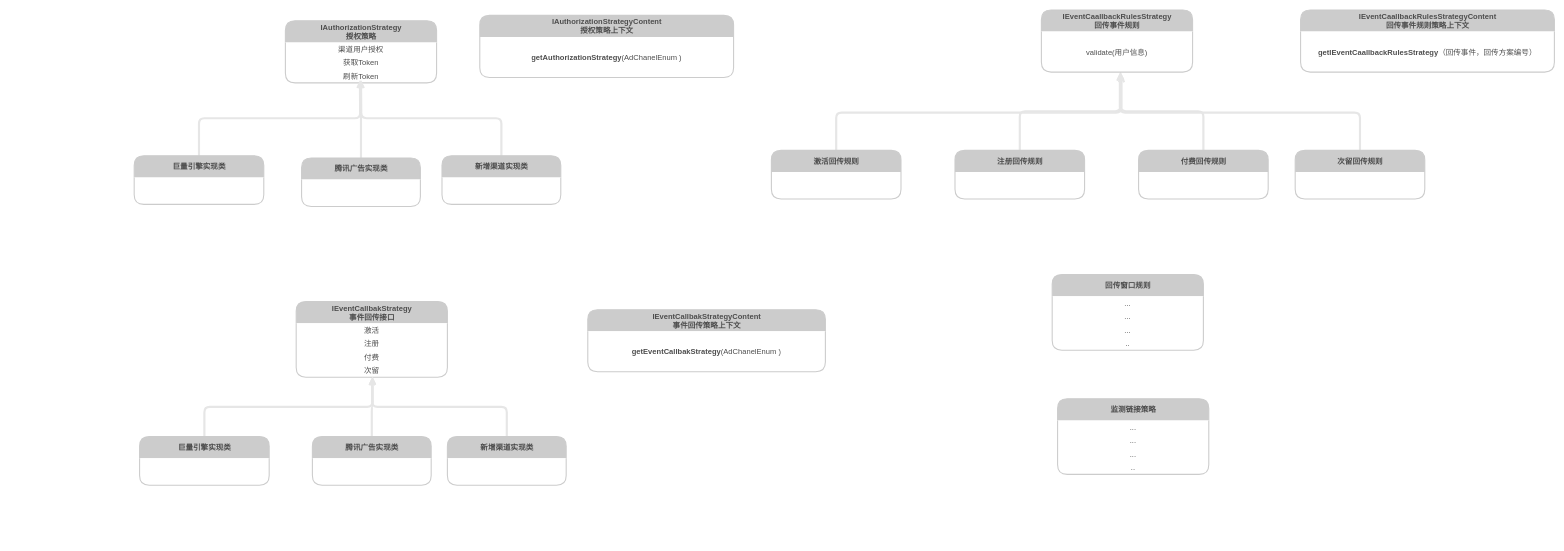
Above: page "投放类模型" (12 of 18) of src/draw/广告投放系统.drawio in y13513867074/draw (draw.io), before the change. Source tidied: cells renumbered, new cells numbered last; positions are measured from the earlier drawing's top-left corner, leaving out a move shared by most shapes. Both pictures are drawn from the tidied source at 54%, with x=0, y=0 at pixel (134, 10).
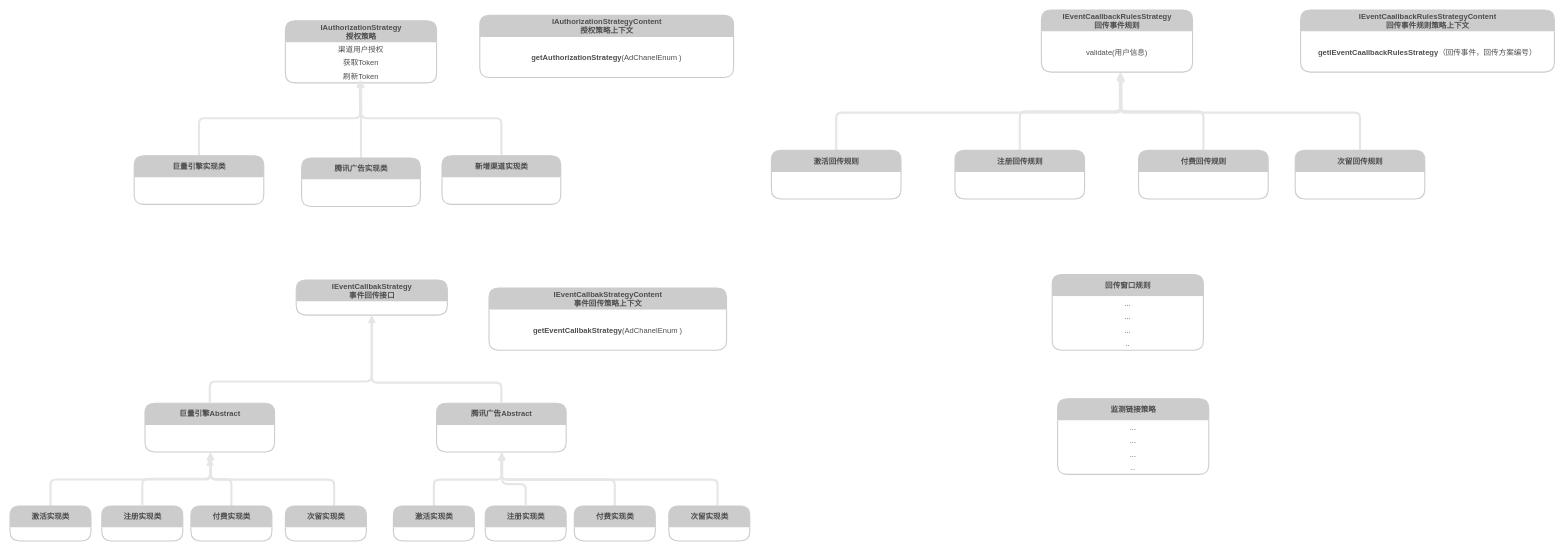
The same diagram, later.

Change to the diagram source:
```diff
@@
     <mxCell id="2" value="IEventCallbakStrategy&lt;br&gt;事件回传接口" style="swimlane;fontStyle=1;align=center;verticalAlign=middle;horizontal=1;startSize=40;html=1;rounded=1;shadow=0;labelBackgroundColor=none;sketch=0;strokeColor=#CCCCCC;strokeWidth=2;fontSize=14;fontColor=#4D4D4D;fillColor=#CCCCCC;swimlaneFillColor=default;swimlaneLine=0;" parent="1" vertex="1">
-      <mxGeometry x="300" y="540" width="280" height="140" as="geometry" />
+      <mxGeometry x="300" y="500" width="280" height="65" as="geometry" />
     </mxCell>
-    <mxCell id="3" value="激活" style="text;html=1;strokeColor=none;fillColor=none;align=center;verticalAlign=middle;spacingLeft=4;spacingRight=4;overflow=hidden;rounded=0;shadow=0;dashed=1;labelBackgroundColor=none;sketch=0;strokeWidth=2;fontSize=14;fontColor=#4D4D4D;" parent="2" vertex="1">
-      <mxGeometry y="40" width="280" height="25" as="geometry" />
-    </mxCell>
-    <mxCell id="4" value="注册" style="text;html=1;strokeColor=none;fillColor=none;align=center;verticalAlign=middle;spacingLeft=4;spacingRight=4;overflow=hidden;rounded=0;shadow=0;dashed=1;labelBackgroundColor=none;sketch=0;strokeWidth=2;fontSize=14;fontColor=#4D4D4D;" parent="2" vertex="1">
-      <mxGeometry y="65" width="280" height="25" as="geometry" />
-    </mxCell>
-    <mxCell id="5" value="付费" style="text;html=1;strokeColor=none;fillColor=none;align=center;verticalAlign=middle;spacingLeft=4;spacingRight=4;overflow=hidden;rounded=0;shadow=0;dashed=1;labelBackgroundColor=none;sketch=0;strokeWidth=2;fontSize=14;fontColor=#4D4D4D;" parent="2" vertex="1">
-      <mxGeometry y="90" width="280" height="25" as="geometry" />
-    </mxCell>
-    <mxCell id="6" value="次留" style="text;html=1;strokeColor=none;fillColor=none;align=center;verticalAlign=middle;spacingLeft=4;spacingRight=4;overflow=hidden;points=[[0,0.5],[1,0.5]];portConstraint=eastwest;rounded=0;shadow=0;dashed=1;labelBackgroundColor=none;sketch=0;strokeWidth=2;fontSize=14;fontColor=#4D4D4D;" parent="2" vertex="1">
-      <mxGeometry y="115" width="280" height="25" as="geometry" />
-    </mxCell>
-    <mxCell id="7" style="edgeStyle=orthogonalEdgeStyle;rounded=1;sketch=0;html=1;exitX=0.5;exitY=0;exitDx=0;exitDy=0;entryX=0.505;entryY=1;entryDx=0;entryDy=0;entryPerimeter=0;labelBackgroundColor=none;strokeColor=#E6E6E6;strokeWidth=4;fontSize=14;fontColor=#4D4D4D;endArrow=open;endFill=0;sourcePerimeterSpacing=6;targetPerimeterSpacing=6;elbow=vertical;" parent="1" edge="1" source="8" target="6">
-      <mxGeometry relative="1" as="geometry" />
+    <mxCell id="7" style="edgeStyle=orthogonalEdgeStyle;rounded=1;sketch=0;html=1;exitX=0.5;exitY=0;exitDx=0;exitDy=0;entryX=0.505;entryY=1;entryDx=0;entryDy=0;entryPerimeter=0;labelBackgroundColor=none;strokeColor=#E6E6E6;strokeWidth=4;fontSize=14;fontColor=#4D4D4D;endArrow=open;endFill=0;sourcePerimeterSpacing=6;targetPerimeterSpacing=6;elbow=vertical;" parent="1" edge="1" source="8">
+      <mxGeometry relative="1" as="geometry">
+        <mxPoint x="141.4" y="819.4" as="targetPoint" />
+      </mxGeometry>
     </mxCell>
-    <mxCell id="8" value="巨量引擎实现类" style="swimlane;fontStyle=1;align=center;verticalAlign=middle;horizontal=1;startSize=40;html=1;rounded=1;shadow=0;labelBackgroundColor=none;sketch=0;strokeColor=#CCCCCC;strokeWidth=2;fontSize=14;fontColor=#4D4D4D;fillColor=#CCCCCC;swimlaneFillColor=default;swimlaneLine=0;" parent="1" vertex="1">
-      <mxGeometry x="10" y="790" width="240" height="90" as="geometry" />
+    <mxCell id="8" value="激活实现类" style="swimlane;fontStyle=1;align=center;verticalAlign=middle;horizontal=1;startSize=40;html=1;rounded=1;shadow=0;labelBackgroundColor=none;sketch=0;strokeColor=#CCCCCC;strokeWidth=2;fontSize=14;fontColor=#4D4D4D;fillColor=#CCCCCC;swimlaneFillColor=default;swimlaneLine=0;" parent="1" vertex="1">
+      <mxGeometry x="-230" y="918.4" width="150" height="65" as="geometry" />
     </mxCell>
-    <mxCell id="9" value="&amp;nbsp;" style="text;html=1;strokeColor=none;fillColor=none;align=center;verticalAlign=middle;spacingLeft=4;spacingRight=4;overflow=hidden;rounded=0;shadow=0;dashed=1;labelBackgroundColor=none;sketch=0;strokeWidth=2;fontSize=14;fontColor=#4D4D4D;" parent="8" vertex="1">
-      <mxGeometry y="40" width="240" height="25" as="geometry" />
-    </mxCell>
     <mxCell id="10" value="&amp;nbsp;" style="text;html=1;strokeColor=none;fillColor=none;align=center;verticalAlign=middle;spacingLeft=4;spacingRight=4;overflow=hidden;rounded=0;shadow=0;dashed=1;labelBackgroundColor=none;sketch=0;strokeWidth=2;fontSize=14;fontColor=#4D4D4D;" parent="8" vertex="1">
-      <mxGeometry y="65" width="240" height="25" as="geometry" />
+      <mxGeometry y="40" width="150" height="25" as="geometry" />
     </mxCell>
-    <mxCell id="11" style="edgeStyle=orthogonalEdgeStyle;rounded=1;sketch=0;html=1;exitX=0.5;exitY=0;exitDx=0;exitDy=0;labelBackgroundColor=none;strokeColor=#E6E6E6;strokeWidth=4;fontSize=14;fontColor=#4D4D4D;endArrow=open;endFill=0;sourcePerimeterSpacing=6;targetPerimeterSpacing=6;elbow=vertical;entryX=0.505;entryY=0.96;entryDx=0;entryDy=0;entryPerimeter=0;" parent="1" edge="1" source="12" target="6">
-      <mxGeometry relative="1" as="geometry" />
+    <mxCell id="11" style="edgeStyle=orthogonalEdgeStyle;rounded=1;sketch=0;html=1;exitX=0.5;exitY=0;exitDx=0;exitDy=0;labelBackgroundColor=none;strokeColor=#E6E6E6;strokeWidth=4;fontSize=14;fontColor=#4D4D4D;endArrow=open;endFill=0;sourcePerimeterSpacing=6;targetPerimeterSpacing=6;elbow=vertical;entryX=0.505;entryY=0.96;entryDx=0;entryDy=0;entryPerimeter=0;" parent="1" edge="1" source="85">
+      <mxGeometry relative="1" as="geometry">
+        <mxPoint x="141.4" y="818.4" as="targetPoint" />
+      </mxGeometry>
     </mxCell>
-    <mxCell id="12" value="腾讯广告实现类" style="swimlane;fontStyle=1;align=center;verticalAlign=middle;horizontal=1;startSize=40;html=1;rounded=1;shadow=0;labelBackgroundColor=none;sketch=0;strokeColor=#CCCCCC;strokeWidth=2;fontSize=14;fontColor=#4D4D4D;fillColor=#CCCCCC;swimlaneFillColor=default;swimlaneLine=0;" parent="1" vertex="1">
-      <mxGeometry x="330" y="790" width="220" height="90" as="geometry" />
-    </mxCell>
-    <mxCell id="13" value="&amp;nbsp;" style="text;html=1;strokeColor=none;fillColor=none;align=center;verticalAlign=middle;spacingLeft=4;spacingRight=4;overflow=hidden;rounded=0;shadow=0;dashed=1;labelBackgroundColor=none;sketch=0;strokeWidth=2;fontSize=14;fontColor=#4D4D4D;" parent="12" vertex="1">
-      <mxGeometry y="40" width="220" height="25" as="geometry" />
-    </mxCell>
-    <mxCell id="14" value="&amp;nbsp;" style="text;html=1;strokeColor=none;fillColor=none;align=center;verticalAlign=middle;spacingLeft=4;spacingRight=4;overflow=hidden;rounded=0;shadow=0;dashed=1;labelBackgroundColor=none;sketch=0;strokeWidth=2;fontSize=14;fontColor=#4D4D4D;" parent="12" vertex="1">
-      <mxGeometry y="65" width="220" height="25" as="geometry" />
-    </mxCell>
     <mxCell id="15" value="IEventCallbakStrategyContent&lt;br&gt;事件回传策略上下文" style="swimlane;fontStyle=1;align=center;verticalAlign=middle;horizontal=1;startSize=40;html=1;rounded=1;shadow=0;labelBackgroundColor=none;sketch=0;strokeColor=#CCCCCC;strokeWidth=2;fontSize=14;fontColor=#4D4D4D;fillColor=#CCCCCC;swimlaneFillColor=default;swimlaneLine=0;" parent="1" vertex="1">
-      <mxGeometry x="840" y="555" width="440" height="115" as="geometry" />
+      <mxGeometry x="657" y="515" width="440" height="115" as="geometry" />
     </mxCell>
@@
-    <mxCell id="19" style="edgeStyle=orthogonalEdgeStyle;rounded=1;sketch=0;html=1;exitX=0.5;exitY=0;exitDx=0;exitDy=0;labelBackgroundColor=none;strokeColor=#E6E6E6;strokeWidth=4;fontSize=14;fontColor=#4D4D4D;endArrow=open;endFill=0;sourcePerimeterSpacing=6;targetPerimeterSpacing=6;elbow=vertical;entryX=0.502;entryY=1.02;entryDx=0;entryDy=0;entryPerimeter=0;" parent="1" edge="1" source="20" target="6">
-      <mxGeometry relative="1" as="geometry" />
+    <mxCell id="19" style="edgeStyle=orthogonalEdgeStyle;rounded=1;sketch=0;html=1;exitX=0.602;exitY=-0.011;exitDx=0;exitDy=0;labelBackgroundColor=none;strokeColor=#E6E6E6;strokeWidth=4;fontSize=14;fontColor=#4D4D4D;endArrow=open;endFill=0;sourcePerimeterSpacing=6;targetPerimeterSpacing=6;elbow=vertical;entryX=0.502;entryY=1.02;entryDx=0;entryDy=0;entryPerimeter=0;exitPerimeter=0;" parent="1" edge="1" source="89">
+      <mxGeometry relative="1" as="geometry">
+        <mxPoint x="140.6" y="819.9" as="targetPoint" />
+      </mxGeometry>
     </mxCell>
-    <mxCell id="20" value="新增渠道实现类" style="swimlane;fontStyle=1;align=center;verticalAlign=middle;horizontal=1;startSize=40;html=1;rounded=1;shadow=0;labelBackgroundColor=none;sketch=0;strokeColor=#CCCCCC;strokeWidth=2;fontSize=14;fontColor=#4D4D4D;fillColor=#CCCCCC;swimlaneFillColor=default;swimlaneLine=0;" parent="1" vertex="1">
-      <mxGeometry x="580" y="790" width="220" height="90" as="geometry" />
-    </mxCell>
-    <mxCell id="21" value="&amp;nbsp;" style="text;html=1;strokeColor=none;fillColor=none;align=center;verticalAlign=middle;spacingLeft=4;spacingRight=4;overflow=hidden;rounded=0;shadow=0;dashed=1;labelBackgroundColor=none;sketch=0;strokeWidth=2;fontSize=14;fontColor=#4D4D4D;" parent="20" vertex="1">
-      <mxGeometry y="40" width="220" height="25" as="geometry" />
-    </mxCell>
-    <mxCell id="22" value="&amp;nbsp;" style="text;html=1;strokeColor=none;fillColor=none;align=center;verticalAlign=middle;spacingLeft=4;spacingRight=4;overflow=hidden;rounded=0;shadow=0;dashed=1;labelBackgroundColor=none;sketch=0;strokeWidth=2;fontSize=14;fontColor=#4D4D4D;" parent="20" vertex="1">
-      <mxGeometry y="65" width="220" height="25" as="geometry" />
-    </mxCell>
@@
+    <mxCell id="77" value="巨量引擎Abstract" style="swimlane;fontStyle=1;align=center;verticalAlign=middle;horizontal=1;startSize=40;html=1;rounded=1;shadow=0;labelBackgroundColor=none;sketch=0;strokeColor=#CCCCCC;strokeWidth=2;fontSize=14;fontColor=#4D4D4D;fillColor=#CCCCCC;swimlaneFillColor=default;swimlaneLine=0;" parent="1" vertex="1">
+      <mxGeometry x="20" y="728.4" width="240" height="90" as="geometry" />
+    </mxCell>
+    <mxCell id="78" value="&amp;nbsp;" style="text;html=1;strokeColor=none;fillColor=none;align=center;verticalAlign=middle;spacingLeft=4;spacingRight=4;overflow=hidden;rounded=0;shadow=0;dashed=1;labelBackgroundColor=none;sketch=0;strokeWidth=2;fontSize=14;fontColor=#4D4D4D;" parent="77" vertex="1">
+      <mxGeometry y="40" width="240" height="25" as="geometry" />
+    </mxCell>
+    <mxCell id="79" value="&amp;nbsp;" style="text;html=1;strokeColor=none;fillColor=none;align=center;verticalAlign=middle;spacingLeft=4;spacingRight=4;overflow=hidden;rounded=0;shadow=0;dashed=1;labelBackgroundColor=none;sketch=0;strokeWidth=2;fontSize=14;fontColor=#4D4D4D;" parent="77" vertex="1">
+      <mxGeometry y="65" width="240" height="25" as="geometry" />
+    </mxCell>
+    <mxCell id="80" value="腾讯广告Abstract" style="swimlane;fontStyle=1;align=center;verticalAlign=middle;horizontal=1;startSize=40;html=1;rounded=1;shadow=0;labelBackgroundColor=none;sketch=0;strokeColor=#CCCCCC;strokeWidth=2;fontSize=14;fontColor=#4D4D4D;fillColor=#CCCCCC;swimlaneFillColor=default;swimlaneLine=0;" parent="1" vertex="1">
+      <mxGeometry x="560" y="728.4" width="240" height="90" as="geometry" />
+    </mxCell>
+    <mxCell id="81" value="&amp;nbsp;" style="text;html=1;strokeColor=none;fillColor=none;align=center;verticalAlign=middle;spacingLeft=4;spacingRight=4;overflow=hidden;rounded=0;shadow=0;dashed=1;labelBackgroundColor=none;sketch=0;strokeWidth=2;fontSize=14;fontColor=#4D4D4D;" parent="80" vertex="1">
+      <mxGeometry y="40" width="240" height="25" as="geometry" />
+    </mxCell>
+    <mxCell id="82" value="&amp;nbsp;" style="text;html=1;strokeColor=none;fillColor=none;align=center;verticalAlign=middle;spacingLeft=4;spacingRight=4;overflow=hidden;points=[[0,0.5],[1,0.5]];portConstraint=eastwest;rounded=0;shadow=0;dashed=1;labelBackgroundColor=none;sketch=0;strokeWidth=2;fontSize=14;fontColor=#4D4D4D;" parent="80" vertex="1">
+      <mxGeometry y="65" width="240" height="25" as="geometry" />
+    </mxCell>
+    <mxCell id="83" style="edgeStyle=orthogonalEdgeStyle;rounded=1;sketch=0;html=1;exitX=0.5;exitY=0;exitDx=0;exitDy=0;labelBackgroundColor=none;strokeColor=#E6E6E6;strokeWidth=4;fontSize=14;fontColor=#4D4D4D;endArrow=open;endFill=0;sourcePerimeterSpacing=6;targetPerimeterSpacing=6;elbow=vertical;entryX=0.5;entryY=1;entryDx=0;entryDy=0;" parent="1" edge="1" source="77" target="2">
+      <mxGeometry relative="1" as="geometry">
+        <Array as="points">
+          <mxPoint x="140" y="688" />
+          <mxPoint x="440" y="688" />
+        </Array>
+      </mxGeometry>
+    </mxCell>
+    <mxCell id="84" style="edgeStyle=orthogonalEdgeStyle;rounded=1;sketch=0;html=1;exitX=0.5;exitY=0;exitDx=0;exitDy=0;labelBackgroundColor=none;strokeColor=#E6E6E6;strokeWidth=4;fontSize=14;fontColor=#4D4D4D;endArrow=open;endFill=0;sourcePerimeterSpacing=6;targetPerimeterSpacing=6;elbow=vertical;entryX=0.5;entryY=1;entryDx=0;entryDy=0;" parent="1" edge="1" source="80" target="2">
+      <mxGeometry relative="1" as="geometry">
+        <Array as="points">
+          <mxPoint x="680" y="690" />
+          <mxPoint x="440" y="690" />
+        </Array>
+      </mxGeometry>
+    </mxCell>
+    <mxCell id="85" value="付费实现类" style="swimlane;fontStyle=1;align=center;verticalAlign=middle;horizontal=1;startSize=40;html=1;rounded=1;shadow=0;labelBackgroundColor=none;sketch=0;strokeColor=#CCCCCC;strokeWidth=2;fontSize=14;fontColor=#4D4D4D;fillColor=#CCCCCC;swimlaneFillColor=default;swimlaneLine=0;" parent="1" vertex="1">
+      <mxGeometry x="105" y="918.4" width="150" height="65" as="geometry" />
+    </mxCell>
+    <mxCell id="86" value="&amp;nbsp;" style="text;html=1;strokeColor=none;fillColor=none;align=center;verticalAlign=middle;spacingLeft=4;spacingRight=4;overflow=hidden;rounded=0;shadow=0;dashed=1;labelBackgroundColor=none;sketch=0;strokeWidth=2;fontSize=14;fontColor=#4D4D4D;" parent="85" vertex="1">
+      <mxGeometry y="40" width="150" height="25" as="geometry" />
+    </mxCell>
+    <mxCell id="87" value="注册实现类" style="swimlane;fontStyle=1;align=center;verticalAlign=middle;horizontal=1;startSize=40;html=1;rounded=1;shadow=0;labelBackgroundColor=none;sketch=0;strokeColor=#CCCCCC;strokeWidth=2;fontSize=14;fontColor=#4D4D4D;fillColor=#CCCCCC;swimlaneFillColor=default;swimlaneLine=0;" parent="1" vertex="1">
+      <mxGeometry x="-60" y="918.4" width="150" height="65" as="geometry" />
+    </mxCell>
+    <mxCell id="88" value="&amp;nbsp;" style="text;html=1;strokeColor=none;fillColor=none;align=center;verticalAlign=middle;spacingLeft=4;spacingRight=4;overflow=hidden;rounded=0;shadow=0;dashed=1;labelBackgroundColor=none;sketch=0;strokeWidth=2;fontSize=14;fontColor=#4D4D4D;" parent="87" vertex="1">
+      <mxGeometry y="40" width="150" height="25" as="geometry" />
+    </mxCell>
+    <mxCell id="89" value="次留实现类" style="swimlane;fontStyle=1;align=center;verticalAlign=middle;horizontal=1;startSize=40;html=1;rounded=1;shadow=0;labelBackgroundColor=none;sketch=0;strokeColor=#CCCCCC;strokeWidth=2;fontSize=14;fontColor=#4D4D4D;fillColor=#CCCCCC;swimlaneFillColor=default;swimlaneLine=0;" parent="1" vertex="1">
+      <mxGeometry x="280" y="918.4" width="150" height="65" as="geometry" />
+    </mxCell>
+    <mxCell id="90" value="&amp;nbsp;" style="text;html=1;strokeColor=none;fillColor=none;align=center;verticalAlign=middle;spacingLeft=4;spacingRight=4;overflow=hidden;rounded=0;shadow=0;dashed=1;labelBackgroundColor=none;sketch=0;strokeWidth=2;fontSize=14;fontColor=#4D4D4D;" parent="89" vertex="1">
+      <mxGeometry y="40" width="150" height="25" as="geometry" />
+    </mxCell>
+    <mxCell id="91" style="edgeStyle=orthogonalEdgeStyle;rounded=1;sketch=0;html=1;exitX=0.5;exitY=0;exitDx=0;exitDy=0;labelBackgroundColor=none;strokeColor=#E6E6E6;strokeWidth=4;fontSize=14;fontColor=#4D4D4D;endArrow=open;endFill=0;sourcePerimeterSpacing=6;targetPerimeterSpacing=6;elbow=vertical;" parent="1" edge="1" source="87">
+      <mxGeometry relative="1" as="geometry">
+        <mxPoint x="140" y="829.4" as="targetPoint" />
+        <Array as="points">
+          <mxPoint x="15" y="868.4" />
+          <mxPoint x="141" y="868.4" />
+          <mxPoint x="141" y="829.4" />
+        </Array>
+      </mxGeometry>
+    </mxCell>
+    <mxCell id="92" style="edgeStyle=orthogonalEdgeStyle;rounded=1;sketch=0;html=1;exitX=0.5;exitY=0;exitDx=0;exitDy=0;labelBackgroundColor=none;strokeColor=#E6E6E6;strokeWidth=4;fontSize=14;fontColor=#4D4D4D;endArrow=open;endFill=0;sourcePerimeterSpacing=6;targetPerimeterSpacing=6;elbow=vertical;" parent="1" edge="1" source="93">
+      <mxGeometry relative="1" as="geometry">
+        <mxPoint x="680" y="820" as="targetPoint" />
+      </mxGeometry>
+    </mxCell>
+    <mxCell id="93" value="激活实现类" style="swimlane;fontStyle=1;align=center;verticalAlign=middle;horizontal=1;startSize=40;html=1;rounded=1;shadow=0;labelBackgroundColor=none;sketch=0;strokeColor=#CCCCCC;strokeWidth=2;fontSize=14;fontColor=#4D4D4D;fillColor=#CCCCCC;swimlaneFillColor=default;swimlaneLine=0;" parent="1" vertex="1">
+      <mxGeometry x="480" y="918.4" width="150" height="65" as="geometry" />
+    </mxCell>
+    <mxCell id="94" value="&amp;nbsp;" style="text;html=1;strokeColor=none;fillColor=none;align=center;verticalAlign=middle;spacingLeft=4;spacingRight=4;overflow=hidden;rounded=0;shadow=0;dashed=1;labelBackgroundColor=none;sketch=0;strokeWidth=2;fontSize=14;fontColor=#4D4D4D;" parent="93" vertex="1">
+      <mxGeometry y="40" width="150" height="25" as="geometry" />
+    </mxCell>
+    <mxCell id="95" style="edgeStyle=orthogonalEdgeStyle;rounded=1;sketch=0;html=1;exitX=0.5;exitY=0;exitDx=0;exitDy=0;labelBackgroundColor=none;strokeColor=#E6E6E6;strokeWidth=4;fontSize=14;fontColor=#4D4D4D;endArrow=open;endFill=0;sourcePerimeterSpacing=6;targetPerimeterSpacing=6;elbow=vertical;" parent="1" edge="1" source="97">
+      <mxGeometry relative="1" as="geometry">
+        <mxPoint x="680" y="820" as="targetPoint" />
+      </mxGeometry>
+    </mxCell>
+    <mxCell id="96" style="edgeStyle=orthogonalEdgeStyle;rounded=1;sketch=0;html=1;exitX=0.602;exitY=-0.011;exitDx=0;exitDy=0;labelBackgroundColor=none;strokeColor=#E6E6E6;strokeWidth=4;fontSize=14;fontColor=#4D4D4D;endArrow=open;endFill=0;sourcePerimeterSpacing=6;targetPerimeterSpacing=6;elbow=vertical;exitPerimeter=0;" parent="1" edge="1" source="101">
+      <mxGeometry relative="1" as="geometry">
+        <mxPoint x="680" y="820" as="targetPoint" />
+      </mxGeometry>
+    </mxCell>
+    <mxCell id="97" value="付费实现类" style="swimlane;fontStyle=1;align=center;verticalAlign=middle;horizontal=1;startSize=40;html=1;rounded=1;shadow=0;labelBackgroundColor=none;sketch=0;strokeColor=#CCCCCC;strokeWidth=2;fontSize=14;fontColor=#4D4D4D;fillColor=#CCCCCC;swimlaneFillColor=default;swimlaneLine=0;" parent="1" vertex="1">
+      <mxGeometry x="815" y="918.4" width="150" height="65" as="geometry" />
+    </mxCell>
+    <mxCell id="98" value="&amp;nbsp;" style="text;html=1;strokeColor=none;fillColor=none;align=center;verticalAlign=middle;spacingLeft=4;spacingRight=4;overflow=hidden;rounded=0;shadow=0;dashed=1;labelBackgroundColor=none;sketch=0;strokeWidth=2;fontSize=14;fontColor=#4D4D4D;" parent="97" vertex="1">
+      <mxGeometry y="40" width="150" height="25" as="geometry" />
+    </mxCell>
+    <mxCell id="99" value="注册实现类" style="swimlane;fontStyle=1;align=center;verticalAlign=middle;horizontal=1;startSize=40;html=1;rounded=1;shadow=0;labelBackgroundColor=none;sketch=0;strokeColor=#CCCCCC;strokeWidth=2;fontSize=14;fontColor=#4D4D4D;fillColor=#CCCCCC;swimlaneFillColor=default;swimlaneLine=0;" parent="1" vertex="1">
+      <mxGeometry x="650" y="918.4" width="150" height="65" as="geometry" />
+    </mxCell>
+    <mxCell id="100" value="&amp;nbsp;" style="text;html=1;strokeColor=none;fillColor=none;align=center;verticalAlign=middle;spacingLeft=4;spacingRight=4;overflow=hidden;rounded=0;shadow=0;dashed=1;labelBackgroundColor=none;sketch=0;strokeWidth=2;fontSize=14;fontColor=#4D4D4D;" parent="99" vertex="1">
+      <mxGeometry y="40" width="150" height="25" as="geometry" />
+    </mxCell>
+    <mxCell id="101" value="次留实现类" style="swimlane;fontStyle=1;align=center;verticalAlign=middle;horizontal=1;startSize=40;html=1;rounded=1;shadow=0;labelBackgroundColor=none;sketch=0;strokeColor=#CCCCCC;strokeWidth=2;fontSize=14;fontColor=#4D4D4D;fillColor=#CCCCCC;swimlaneFillColor=default;swimlaneLine=0;" parent="1" vertex="1">
+      <mxGeometry x="990" y="918.4" width="150" height="65" as="geometry" />
+    </mxCell>
+    <mxCell id="102" value="&amp;nbsp;" style="text;html=1;strokeColor=none;fillColor=none;align=center;verticalAlign=middle;spacingLeft=4;spacingRight=4;overflow=hidden;rounded=0;shadow=0;dashed=1;labelBackgroundColor=none;sketch=0;strokeWidth=2;fontSize=14;fontColor=#4D4D4D;" parent="101" vertex="1">
+      <mxGeometry y="40" width="150" height="25" as="geometry" />
+    </mxCell>
+    <mxCell id="103" style="edgeStyle=orthogonalEdgeStyle;rounded=1;sketch=0;html=1;exitX=0.5;exitY=0;exitDx=0;exitDy=0;labelBackgroundColor=none;strokeColor=#E6E6E6;strokeWidth=4;fontSize=14;fontColor=#4D4D4D;endArrow=open;endFill=0;sourcePerimeterSpacing=6;targetPerimeterSpacing=6;elbow=vertical;entryX=0.506;entryY=1.038;entryDx=0;entryDy=0;entryPerimeter=0;" parent="1" edge="1" source="99" target="82">
+      <mxGeometry relative="1" as="geometry">
+        <Array as="points">
+          <mxPoint x="725" y="878" />
+          <mxPoint x="681" y="878" />
+        </Array>
+      </mxGeometry>
+    </mxCell>
```
